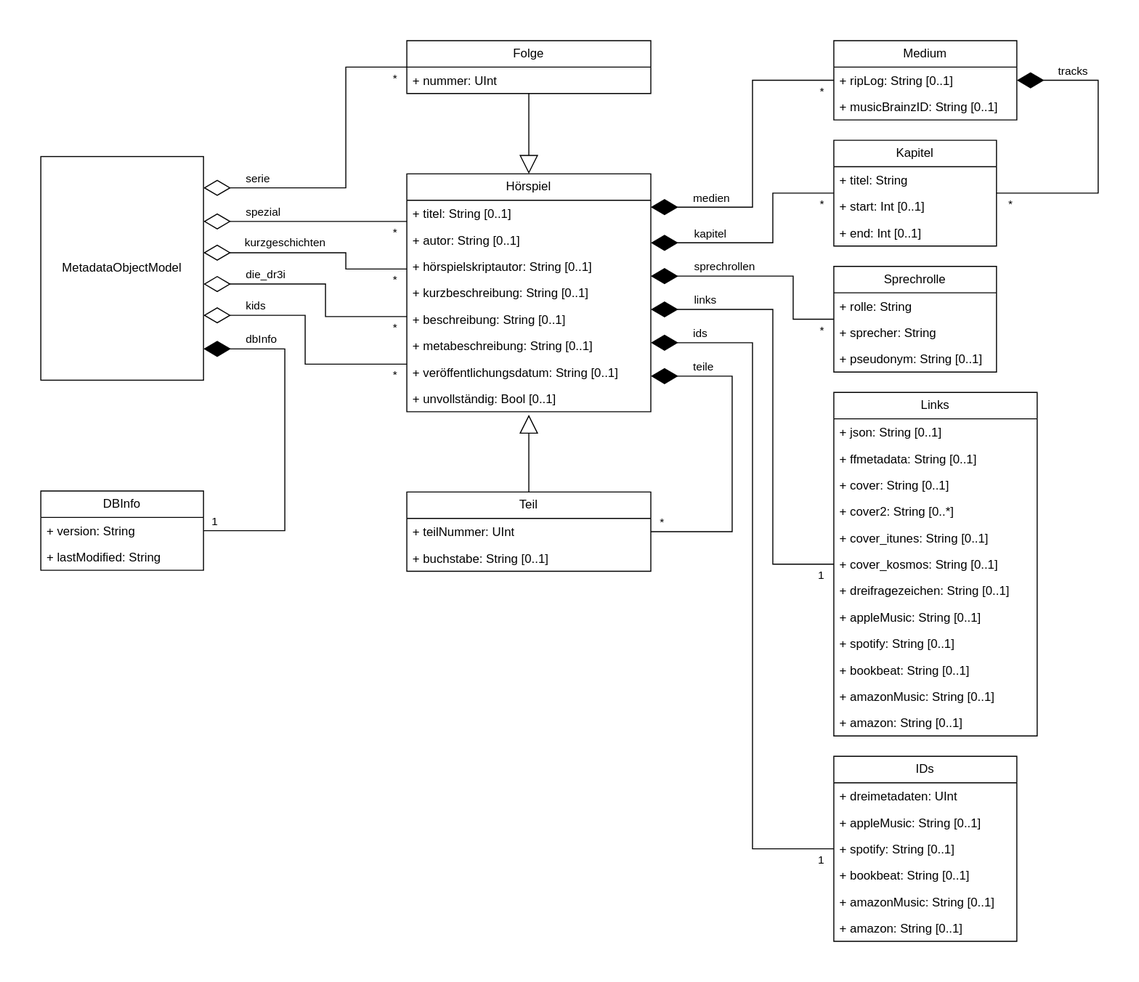
Above: model/objectModel.svg in YourMJK/dreimetadaten (draw.io), before the change. Source tidied: cells renumbered, new cells last; positions are measured from the earlier drawing's top-left corner, leaving out a move shared by most shapes.
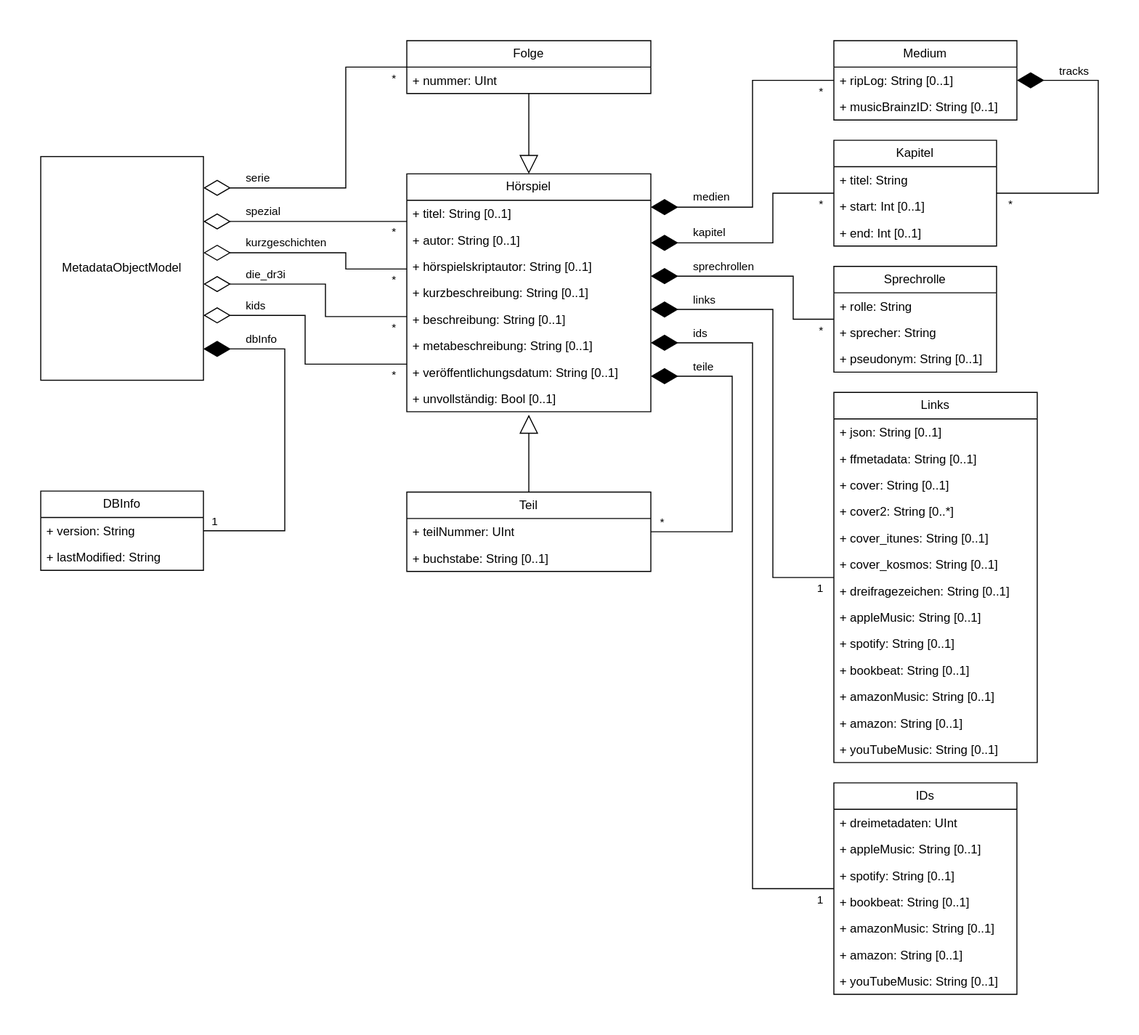
After the change.

What changed in the source:
```diff
@@ -258,7 +258,7 @@
       <mxGeometry relative="1" as="geometry" />
     </mxCell>
     <mxCell id="60" value="Links" style="swimlane;fontStyle=0;horizontal=1;startSize=26;fillColor=none;whiteSpace=wrap;html=1;" parent="1" vertex="1">
-      <mxGeometry x="780" y="346" width="200" height="338" as="geometry" />
+      <mxGeometry x="780" y="346" width="200" height="364" as="geometry" />
     </mxCell>
     <mxCell id="61" value="+ json: String [0..1]" style="text;strokeColor=none;fillColor=none;align=left;verticalAlign=top;spacingLeft=4;spacingRight=4;overflow=hidden;whiteSpace=wrap;html=1;" parent="60" vertex="1">
       <mxGeometry y="26" width="200" height="26" as="geometry" />
@@ -296,6 +296,9 @@
     <mxCell id="72" value="+ amazon: String [0..1]" style="text;strokeColor=none;fillColor=none;align=left;verticalAlign=top;spacingLeft=4;spacingRight=4;overflow=hidden;whiteSpace=wrap;html=1;" parent="60" vertex="1">
       <mxGeometry y="312" width="200" height="26" as="geometry" />
     </mxCell>
+    <mxCell id="92" value="+ youTubeMusic: String [0..1]" style="text;strokeColor=none;fillColor=none;align=left;verticalAlign=top;spacingLeft=4;spacingRight=4;overflow=hidden;whiteSpace=wrap;html=1;" parent="60" vertex="1">
+      <mxGeometry y="338" width="200" height="26" as="geometry" />
+    </mxCell>
     <mxCell id="73" style="endArrow=diamondThin;endFill=0;endSize=24;html=1;rounded=0;entryX=1;entryY=0.71;entryDx=0;entryDy=0;entryPerimeter=0;edgeStyle=elbowEdgeStyle;exitX=0;exitY=0.8;exitDx=0;exitDy=0;exitPerimeter=0;" parent="1" edge="1" source="3" target="2">
       <mxGeometry relative="1" as="geometry">
         <Array as="points">
@@ -314,7 +317,7 @@
       </mxGeometry>
     </mxCell>
     <mxCell id="76" value="IDs" style="swimlane;fontStyle=0;horizontal=1;startSize=26;fillColor=none;whiteSpace=wrap;html=1;" parent="1" vertex="1">
-      <mxGeometry x="780" y="704" width="180" height="182" as="geometry" />
+      <mxGeometry x="780" y="730" width="180" height="208" as="geometry" />
     </mxCell>
     <mxCell id="77" value="+ dreimetadaten: UInt" style="text;strokeColor=none;fillColor=none;align=left;verticalAlign=top;spacingLeft=4;spacingRight=4;overflow=hidden;whiteSpace=wrap;html=1;" parent="76" vertex="1">
       <mxGeometry y="26" width="180" height="26" as="geometry" />
@@ -334,6 +337,9 @@
     <mxCell id="82" value="+ amazon: String [0..1]" style="text;strokeColor=none;fillColor=none;align=left;verticalAlign=top;spacingLeft=4;spacingRight=4;overflow=hidden;whiteSpace=wrap;html=1;" parent="76" vertex="1">
       <mxGeometry y="156" width="180" height="26" as="geometry" />
     </mxCell>
+    <mxCell id="93" value="+ youTubeMusic: String [0..1]" style="text;strokeColor=none;fillColor=none;align=left;verticalAlign=top;spacingLeft=4;spacingRight=4;overflow=hidden;whiteSpace=wrap;html=1;" parent="76" vertex="1">
+      <mxGeometry y="182" width="180" height="26" as="geometry" />
+    </mxCell>
     <mxCell id="83" style="endArrow=diamondThin;endFill=1;endSize=24;html=1;rounded=0;edgeStyle=elbowEdgeStyle;entryX=1;entryY=0.71;entryDx=0;entryDy=0;entryPerimeter=0;exitX=0;exitY=0.5;exitDx=0;exitDy=0;" parent="1" edge="1" source="76" target="3">
       <mxGeometry relative="1" as="geometry">
         <Array as="points">
```
